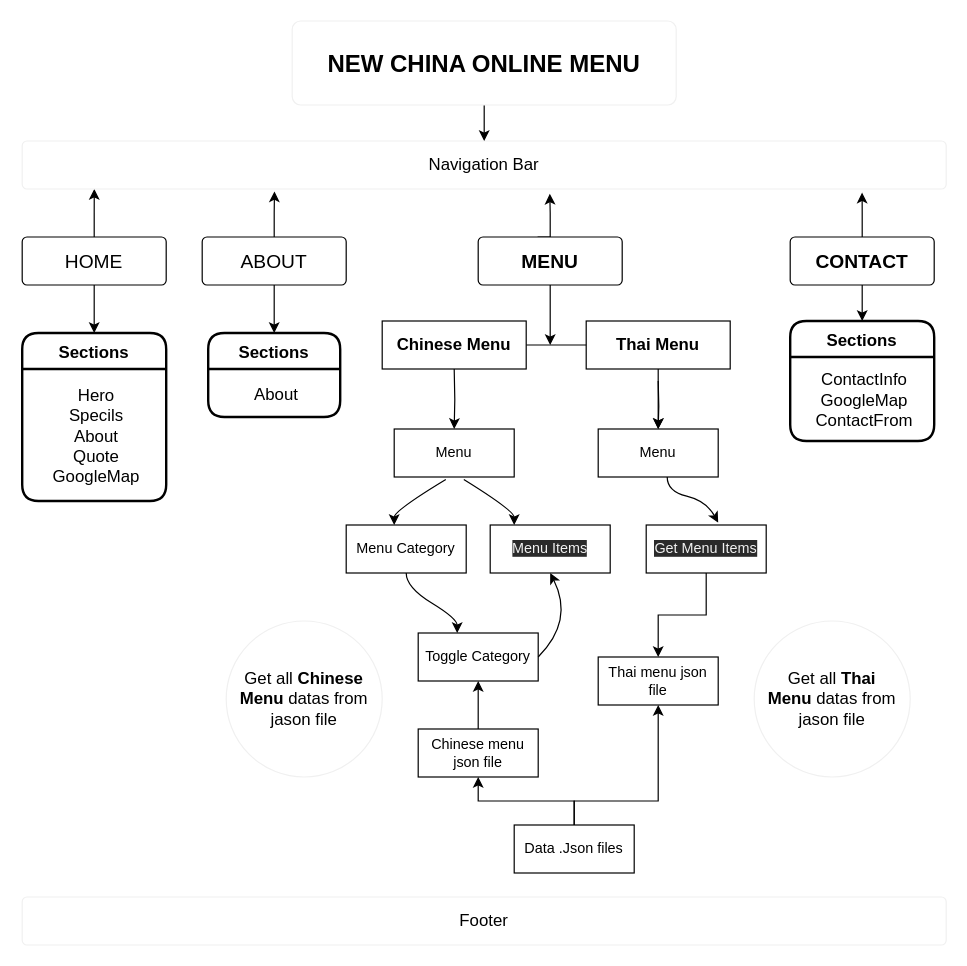
hongjie94/nc-online-menu keeps this draw.io diagram as NC-ONLINE-MENU.drawio. Above is the earlier version. Source tidied: cells renumbered, new cells numbered last; positions are measured from the earlier drawing's top-left corner, leaving out a move shared by most shapes. Both pictures are drawn from the tidied source at 120%, with x=0, y=0 at pixel (22, 20).
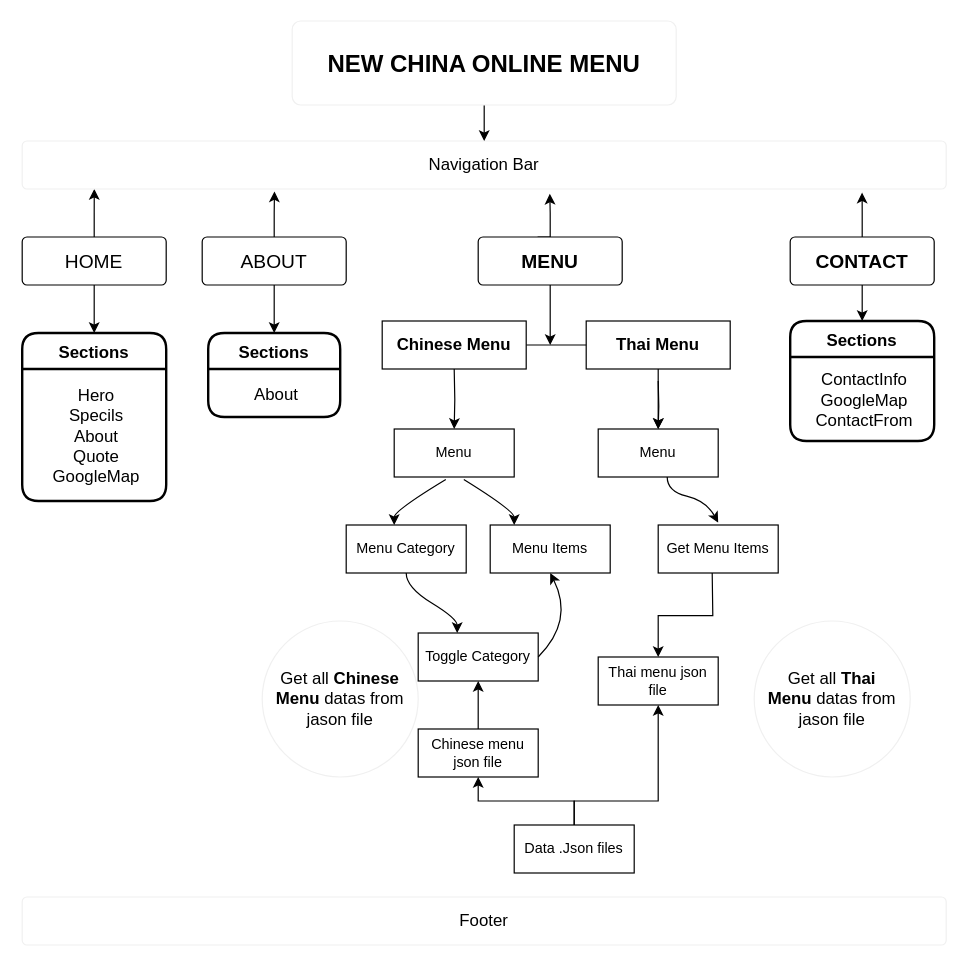
The same diagram, later.

The change refers to these unchanged cells:
```xml
<mxCell id="30" value="Toggle Category" style="whiteSpace=wrap;html=1;" parent="1" vertex="1">
  <mxGeometry x="330" y="510" width="100" height="40" as="geometry" />
</mxCell>
<mxCell id="38" value="Thai menu json file" style="whiteSpace=wrap;html=1;" parent="1" vertex="1">
  <mxGeometry x="480" y="530" width="100" height="40" as="geometry" />
</mxCell>
```

The edit, as a diff of the source:
```diff
@@
-    <mxCell id="29" value="&lt;span style=&quot;color: rgb(240 , 240 , 240) ; font-family: &amp;#34;helvetica&amp;#34; ; font-size: 12px ; font-style: normal ; font-weight: 400 ; letter-spacing: normal ; text-align: center ; text-indent: 0px ; text-transform: none ; word-spacing: 0px ; background-color: rgb(42 , 42 , 42) ; display: inline ; float: none&quot;&gt;Menu Items&lt;/span&gt;" style="whiteSpace=wrap;html=1;" parent="1" vertex="1">
-      <mxGeometry x="390" y="420" width="100" height="40" as="geometry" />
-    </mxCell>
@@
-    <mxCell id="32" style="html=1;curved=1;noEdgeStyle=1;orthogonal=1;entryX=0.5;entryY=1;entryDx=0;entryDy=0;exitX=1;exitY=0.5;exitDx=0;exitDy=0;" parent="1" edge="1" source="30" target="29">
+    <mxCell id="32" style="html=1;curved=1;noEdgeStyle=1;orthogonal=1;entryX=0.5;entryY=1;entryDx=0;entryDy=0;exitX=1;exitY=0.5;exitDx=0;exitDy=0;" parent="1" edge="1" source="30">
       <mxGeometry relative="1" as="geometry">
+        <mxPoint x="440" y="460" as="targetPoint" />
         <Array as="points">
           <mxPoint x="460" y="500" />
         </Array>
       </mxGeometry>
     </mxCell>
@@
-    <mxCell id="41" style="edgeStyle=orthogonalEdgeStyle;rounded=0;jettySize=auto;html=1;entryX=0.5;entryY=0;entryDx=0;entryDy=0;fontSize=14;" parent="1" edge="1" source="42" target="38">
-      <mxGeometry relative="1" as="geometry" />
+    <mxCell id="41" style="edgeStyle=orthogonalEdgeStyle;rounded=0;jettySize=auto;html=1;entryX=0.5;entryY=0;entryDx=0;entryDy=0;fontSize=14;" parent="1" edge="1" target="38">
+      <mxGeometry relative="1" as="geometry">
+        <mxPoint x="575" y="460" as="sourcePoint" />
+      </mxGeometry>
     </mxCell>
-    <mxCell id="42" value="&lt;span style=&quot;color: rgb(240 , 240 , 240) ; font-family: &amp;#34;helvetica&amp;#34; ; font-size: 12px ; font-style: normal ; font-weight: 400 ; letter-spacing: normal ; text-align: center ; text-indent: 0px ; text-transform: none ; word-spacing: 0px ; background-color: rgb(42 , 42 , 42) ; display: inline ; float: none&quot;&gt;Get Menu Items&lt;/span&gt;" style="whiteSpace=wrap;html=1;" parent="1" vertex="1">
-      <mxGeometry x="520" y="420" width="100" height="40" as="geometry" />
-    </mxCell>
@@
     <mxCell id="45" value="Get all&amp;nbsp;&lt;b&gt;Chinese Menu &lt;/b&gt;datas&amp;nbsp;from jason file" style="ellipse;whiteSpace=wrap;html=1;align=center;rounded=0;strokeColor=#f0f0f0;fontSize=14;" parent="1" vertex="1">
-      <mxGeometry x="170" y="500" width="130" height="130" as="geometry" />
+      <mxGeometry x="200" y="500" width="130" height="130" as="geometry" />
     </mxCell>
@@
+    <mxCell id="29" value="&lt;span style=&quot;font-family: &amp;#34;helvetica&amp;#34;&quot;&gt;Menu Items&lt;/span&gt;" style="whiteSpace=wrap;html=1;" parent="1" vertex="1">
+      <mxGeometry x="390" y="420" width="100" height="40" as="geometry" />
+    </mxCell>
+    <mxCell id="42" value="&lt;span style=&quot;font-family: &amp;#34;helvetica&amp;#34;&quot;&gt;Get Menu Items&lt;/span&gt;" style="whiteSpace=wrap;html=1;" parent="1" vertex="1">
+      <mxGeometry x="530" y="420" width="100" height="40" as="geometry" />
+    </mxCell>
```
